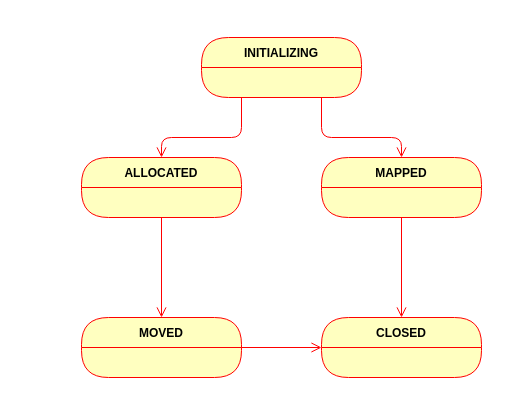
This is page "AerState_state_transition" (2 of 2) of qiskit-aer.drawio from derwind/draw.io, a draw.io file, before an edit. Source tidied: cells renumbered, new cells numbered last; positions are measured from the earlier drawing's top-left corner, leaving out a move shared by most shapes. Both pictures are drawn from the tidied source at 100%, with x=0, y=0 at pixel (81, 37).
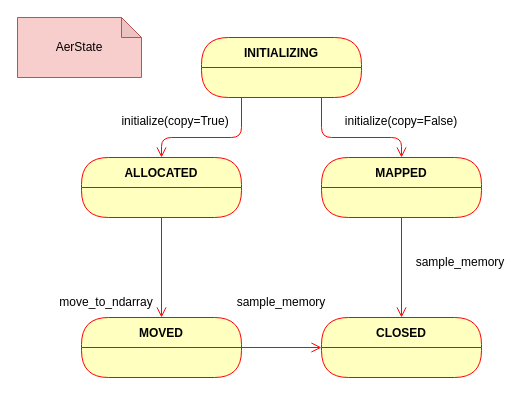
After the change.

Change to the diagram source:
```diff
@@
+    <mxCell id="12" value="initialize(copy=True)" style="text;html=1;strokeColor=none;fillColor=none;align=center;verticalAlign=middle;whiteSpace=wrap;rounded=0;" parent="1" vertex="1">
+      <mxGeometry x="60" y="69" width="68" height="30" as="geometry" />
+    </mxCell>
+    <mxCell id="13" value="initialize(copy=False)" style="text;html=1;strokeColor=none;fillColor=none;align=center;verticalAlign=middle;whiteSpace=wrap;rounded=0;" parent="1" vertex="1">
+      <mxGeometry x="286" y="69" width="68" height="30" as="geometry" />
+    </mxCell>
+    <mxCell id="14" value="move_to_ndarray" style="text;html=1;strokeColor=none;fillColor=none;align=center;verticalAlign=middle;whiteSpace=wrap;rounded=0;" parent="1" vertex="1">
+      <mxGeometry x="-24" y="250" width="98" height="30" as="geometry" />
+    </mxCell>
+    <mxCell id="15" value="sample_memory" style="text;html=1;strokeColor=none;fillColor=none;align=center;verticalAlign=middle;whiteSpace=wrap;rounded=0;" parent="1" vertex="1">
+      <mxGeometry x="151" y="250" width="98" height="30" as="geometry" />
+    </mxCell>
+    <mxCell id="16" value="sample_memory" style="text;html=1;strokeColor=none;fillColor=none;align=center;verticalAlign=middle;whiteSpace=wrap;rounded=0;" parent="1" vertex="1">
+      <mxGeometry x="330" y="210" width="98" height="30" as="geometry" />
+    </mxCell>
+    <mxCell id="17" value="AerState" style="shape=note;whiteSpace=wrap;html=1;backgroundOutline=1;darkOpacity=0.05;size=20;fillColor=#f8cecc;strokeColor=#b85450;" parent="1" vertex="1">
+      <mxGeometry x="-64" y="-20" width="124" height="60" as="geometry" />
+    </mxCell>
```
